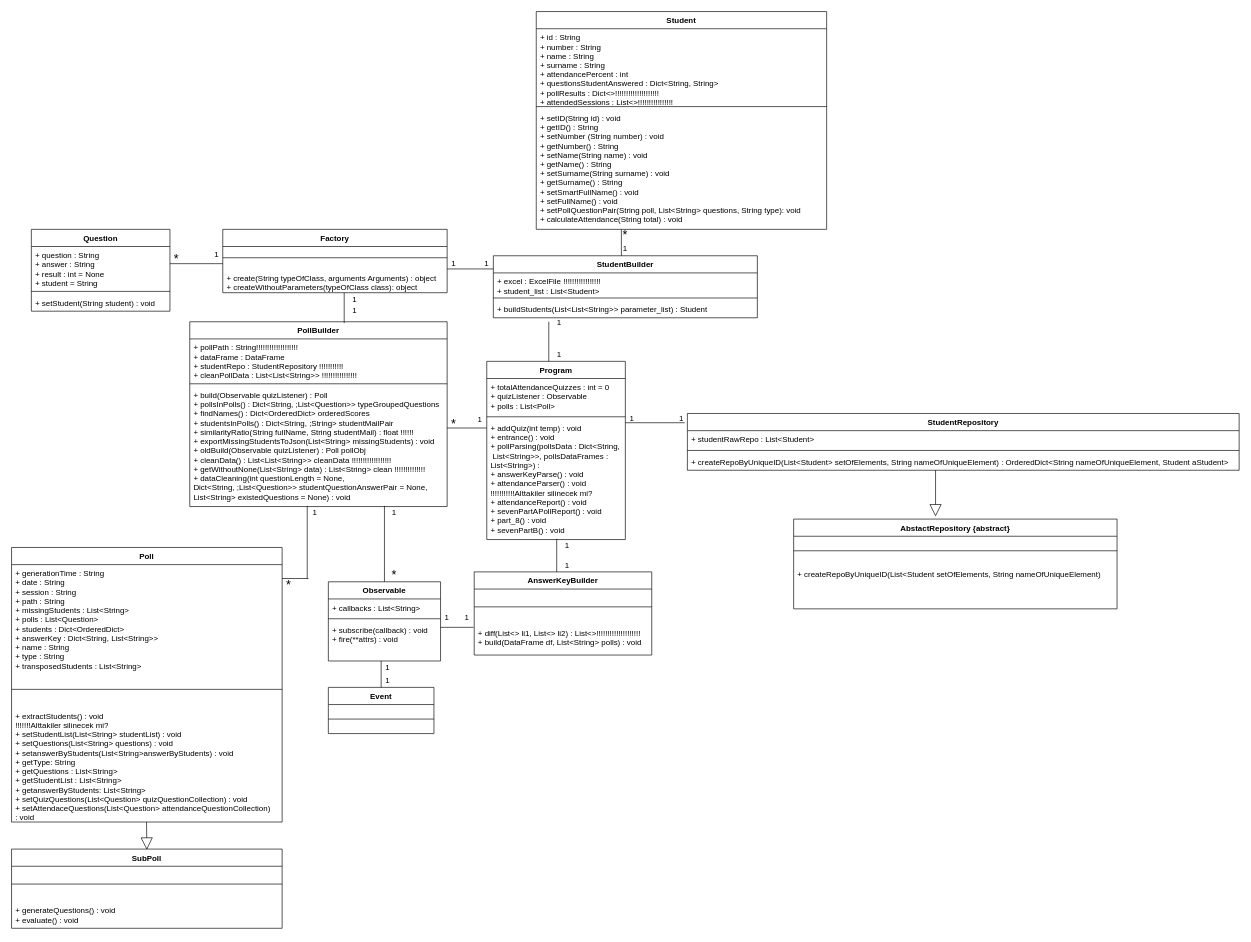
The draw.io diagram PythonProject/iteration1/DCD.drawio in alperdokay/CSE3063F20P1_GRP20, before the edit. Source tidied: cells renumbered, new cells numbered last; positions are measured from the earlier drawing's top-left corner, leaving out a move shared by most shapes. Both pictures are drawn from the tidied source at 66%, with x=0, y=0 at pixel (11, 11).
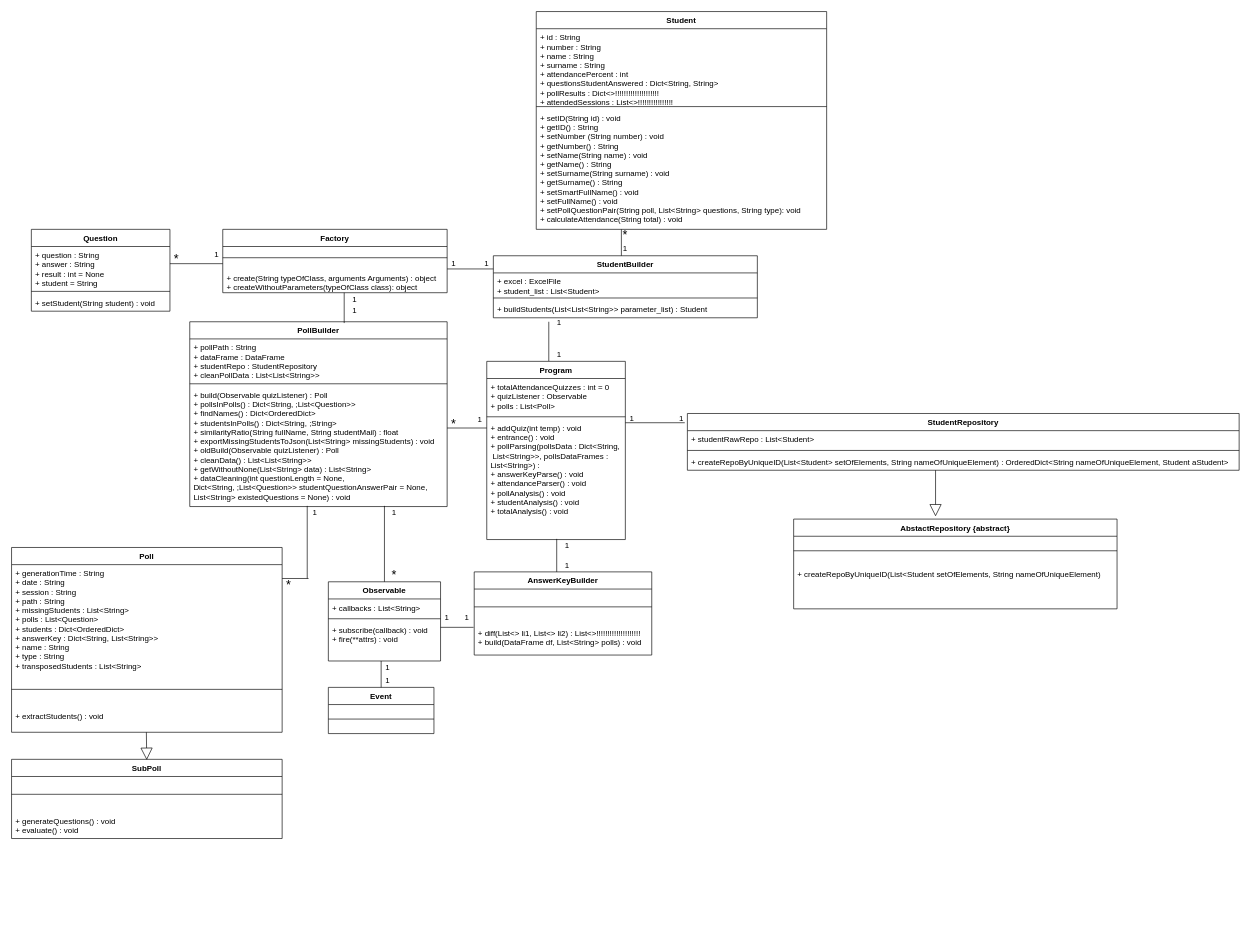
Above is the later version.

Unchanged cells that the change refers to:
```xml
<mxCell id="2" value="PollBuilder" style="swimlane;fontStyle=1;align=center;verticalAlign=top;horizontal=1;startSize=26;" parent="1" vertex="1">
  <mxGeometry x="270" y="470" width="390" height="280" as="geometry" />
</mxCell>
<mxCell id="6" value="StudentBuilder" style="swimlane;fontStyle=1;align=center;verticalAlign=top;horizontal=1;startSize=26;" parent="1" vertex="1">
  <mxGeometry x="730" y="370" width="400" height="94" as="geometry" />
</mxCell>
<mxCell id="63" value="Program" style="swimlane;fontStyle=1;align=center;verticalAlign=top;horizontal=1;startSize=26;" parent="1" vertex="1">
  <mxGeometry x="720" y="530" width="210" height="270" as="geometry" />
</mxCell>
```

Change to the diagram source:
```diff
@@
-    <mxCell id="3" value="+ pollPath : String!!!!!!!!!!!!!!!!!!!&#10;+ dataFrame : DataFrame&#10;+ studentRepo : StudentRepository !!!!!!!!!!!&#10;+ cleanPollData : List&lt;List&lt;String&gt;&gt; !!!!!!!!!!!!!!!!" style="text;strokeColor=none;fillColor=none;align=left;verticalAlign=top;spacingLeft=4;spacingRight=4;overflow=hidden;" parent="2" vertex="1">
-      <mxGeometry y="26" width="390" height="64" as="geometry" />
-    </mxCell>
+    <mxCell id="87" value="+ pollPath : String&#10;+ dataFrame : DataFrame&#10;+ studentRepo : StudentRepository &#10;+ cleanPollData : List&lt;List&lt;String&gt;&gt; " style="text;strokeColor=none;fillColor=none;align=left;verticalAlign=top;spacingLeft=4;spacingRight=4;overflow=hidden;" parent="2" vertex="1">
+      <mxGeometry y="26" width="390" height="64" as="geometry" />
+    </mxCell>
@@
-    <mxCell id="5" value="+ build(Observable quizListener) : Poll &#10;+ pollsInPolls() : Dict&lt;String, ;List&lt;Question&gt;&gt; typeGroupedQuestions&#10;+ findNames() : Dict&lt;OrderedDict&gt; orderedScores&#10;+ studentsInPolls() : Dict&lt;String, ;String&gt; studentMailPair&#10;+ similarityRatio(String fullName, String studentMail) : float !!!!!!&#10;+ exportMissingStudentsToJson(List&lt;String&gt; missingStudents) : void&#10;+ oldBuild(Observable quizListener) : Poll pollObj&#10;+ cleanData() : List&lt;List&lt;String&gt;&gt; cleanData !!!!!!!!!!!!!!!!!!&#10;+ getWithoutNone(List&lt;String&gt; data) : List&lt;String&gt; clean !!!!!!!!!!!!!!&#10;+ dataCleaning(int questionLength = None, &#10;Dict&lt;String, ;List&lt;Question&gt;&gt; studentQuestionAnswerPair = None, &#10;List&lt;String&gt; existedQuestions = None) : void" style="text;strokeColor=none;fillColor=none;align=left;verticalAlign=top;spacingLeft=4;spacingRight=4;overflow=hidden;fontSize=12;" parent="2" vertex="1">
-      <mxGeometry y="98" width="390" height="182" as="geometry" />
-    </mxCell>
+    <mxCell id="88" value="+ build(Observable quizListener) : Poll &#10;+ pollsInPolls() : Dict&lt;String, ;List&lt;Question&gt;&gt;&#10;+ findNames() : Dict&lt;OrderedDict&gt;&#10;+ studentsInPolls() : Dict&lt;String, ;String&gt;&#10;+ similarityRatio(String fullName, String studentMail) : float &#10;+ exportMissingStudentsToJson(List&lt;String&gt; missingStudents) : void&#10;+ oldBuild(Observable quizListener) : Poll&#10;+ cleanData() : List&lt;List&lt;String&gt;&gt; &#10;+ getWithoutNone(List&lt;String&gt; data) : List&lt;String&gt; &#10;+ dataCleaning(int questionLength = None, &#10;Dict&lt;String, ;List&lt;Question&gt;&gt; studentQuestionAnswerPair = None, &#10;List&lt;String&gt; existedQuestions = None) : void" style="text;strokeColor=none;fillColor=none;align=left;verticalAlign=top;spacingLeft=4;spacingRight=4;overflow=hidden;fontSize=12;" parent="2" vertex="1">
+      <mxGeometry y="98" width="390" height="182" as="geometry" />
+    </mxCell>
@@
-    <mxCell id="7" value="+ excel : ExcelFile !!!!!!!!!!!!!!!!!&#10;+ student_list : List&lt;Student&gt;" style="text;strokeColor=none;fillColor=none;align=left;verticalAlign=top;spacingLeft=4;spacingRight=4;overflow=hidden;" parent="6" vertex="1">
-      <mxGeometry y="26" width="400" height="34" as="geometry" />
-    </mxCell>
+    <mxCell id="89" value="+ excel : ExcelFile &#10;+ student_list : List&lt;Student&gt;" style="text;strokeColor=none;fillColor=none;align=left;verticalAlign=top;spacingLeft=4;spacingRight=4;overflow=hidden;" parent="6" vertex="1">
+      <mxGeometry y="26" width="400" height="34" as="geometry" />
+    </mxCell>
@@
     <mxCell id="13" value="Poll" style="swimlane;fontStyle=1;align=center;verticalAlign=top;horizontal=1;startSize=26;" parent="1" vertex="1">
-      <mxGeometry y="812" width="410" height="416" as="geometry" />
+      <mxGeometry y="812" width="410" height="280" as="geometry" />
     </mxCell>
@@
-    <mxCell id="16" value="+ extractStudents() : void&#10;!!!!!!!Alttakiler silinecek mi?&#10;+ setStudentList(List&lt;String&gt; studentList) : void&#10;+ setQuestions(List&lt;String&gt; questions) : void&#10;+ setanswerByStudents(List&lt;String&gt;answerByStudents) : void &#10;+ getType: String&#10;+ getQuestions : List&lt;String&gt;&#10;+ getStudentList : List&lt;String&gt;&#10;+ getanswerByStudents: List&lt;String&gt;&#10;+ setQuizQuestions(List&lt;Question&gt; quizQuestionCollection) : void&#10;+ setAttendaceQuestions(List&lt;Question&gt; attendanceQuestionCollection)&#10;: void" style="text;strokeColor=none;fillColor=none;align=left;verticalAlign=top;spacingLeft=4;spacingRight=4;overflow=hidden;" parent="13" vertex="1">
-      <mxGeometry y="242" width="410" height="174" as="geometry" />
-    </mxCell>
+    <mxCell id="90" value="+ extractStudents() : void&#10;" style="text;strokeColor=none;fillColor=none;align=left;verticalAlign=top;spacingLeft=4;spacingRight=4;overflow=hidden;" parent="13" vertex="1">
+      <mxGeometry y="242" width="410" height="38" as="geometry" />
+    </mxCell>
@@
-    <mxCell id="29" style="endArrow=block;endSize=16;endFill=0;html=1;" parent="1" edge="1">
-      <mxGeometry relative="1" as="geometry">
-        <mxPoint x="1400" y="695" as="sourcePoint" />
-        <mxPoint x="1400" y="765" as="targetPoint" />
-      </mxGeometry>
-    </mxCell>
+    <mxCell id="91" style="endArrow=block;endSize=16;endFill=0;html=1;" parent="1" edge="1">
+      <mxGeometry relative="1" as="geometry">
+        <mxPoint x="1400" y="695" as="sourcePoint" />
+        <mxPoint x="1400" y="765" as="targetPoint" />
+      </mxGeometry>
+    </mxCell>
@@
-    <mxCell id="66" value="+ addQuiz(int temp) : void&#10;+ entrance() : void&#10;+ pollParsing(pollsData : Dict&lt;String,&#10; List&lt;String&gt;&gt;, pollsDataFrames : &#10;List&lt;String&gt;) :&#10;+ answerKeyParse() : void&#10;+ attendanceParser() : void&#10;!!!!!!!!!!!Alttakiler silinecek mi?&#10;+ attendanceReport() : void&#10;+ sevenPartAPollReport() : void&#10;+ part_8() : void&#10;+ sevenPartB() : void" style="text;strokeColor=none;fillColor=none;align=left;verticalAlign=top;spacingLeft=4;spacingRight=4;overflow=hidden;" parent="63" vertex="1">
-      <mxGeometry y="88" width="210" height="182" as="geometry" />
-    </mxCell>
+    <mxCell id="92" value="+ addQuiz(int temp) : void&#10;+ entrance() : void&#10;+ pollParsing(pollsData : Dict&lt;String,&#10; List&lt;String&gt;&gt;, pollsDataFrames : &#10;List&lt;String&gt;) :&#10;+ answerKeyParse() : void&#10;+ attendanceParser() : void&#10;+ pollAnalysis() : void&#10;+ studentAnalysis() : void&#10;+ totalAnalysis() : void" style="text;strokeColor=none;fillColor=none;align=left;verticalAlign=top;spacingLeft=4;spacingRight=4;overflow=hidden;" parent="63" vertex="1">
+      <mxGeometry y="88" width="210" height="182" as="geometry" />
+    </mxCell>
@@
     <mxCell id="83" value="SubPoll" style="swimlane;fontStyle=1;align=center;verticalAlign=top;horizontal=1;startSize=26;" parent="1" vertex="1">
-      <mxGeometry y="1269" width="410" height="120" as="geometry" />
+      <mxGeometry y="1133" width="410" height="120" as="geometry" />
     </mxCell>
@@
-    <mxCell id="86" style="endArrow=block;endSize=16;endFill=0;html=1;" parent="1" edge="1">
-      <mxGeometry relative="1" as="geometry">
-        <mxPoint x="204.5" y="1228" as="sourcePoint" />
-        <mxPoint x="205" y="1270" as="targetPoint" />
-      </mxGeometry>
-    </mxCell>
+    <mxCell id="93" style="endArrow=block;endSize=16;endFill=0;html=1;" parent="1" edge="1">
+      <mxGeometry relative="1" as="geometry">
+        <mxPoint x="204.3" y="1092" as="sourcePoint" />
+        <mxPoint x="204.8" y="1134" as="targetPoint" />
+      </mxGeometry>
+    </mxCell>
```
